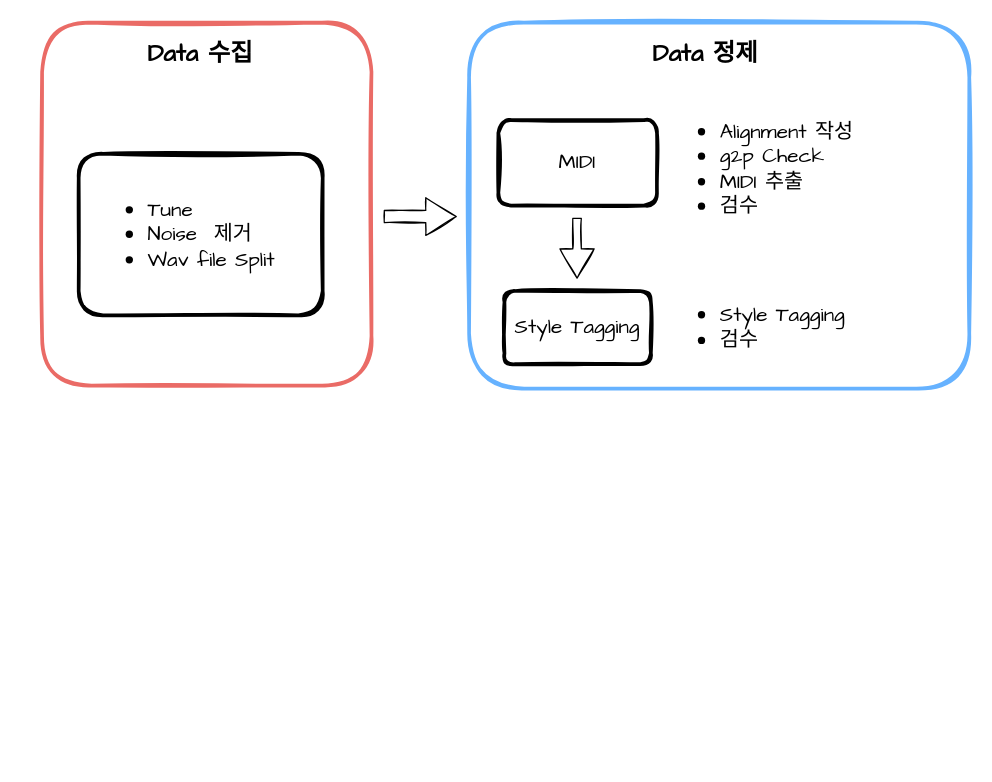
nyjinnn/images keeps this draw.io diagram as Untitled Diagram.drawio. Above is the earlier version. Source tidied: cells renumbered, new cells numbered last; positions are measured from the earlier drawing's top-left corner, leaving out a move shared by most shapes. Both pictures are drawn from the tidied source at 122%, with x=0, y=0 at pixel (41, 22).
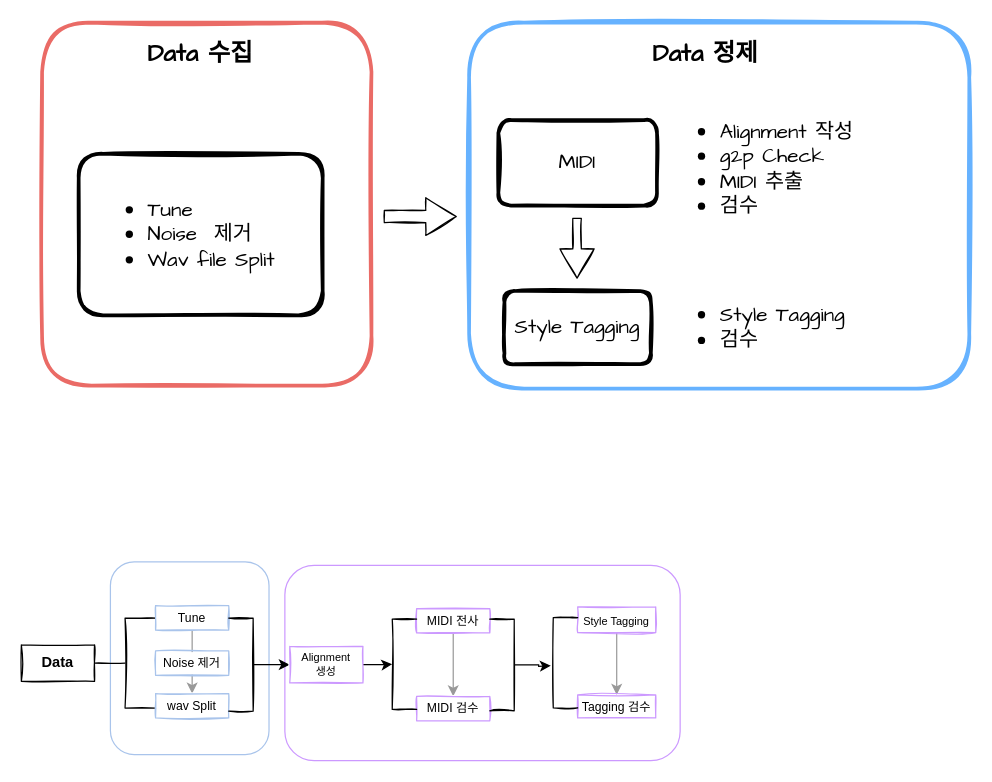
After the change.

What changed in the source:
```diff
@@
+    <mxCell id="14" style="rounded=1;whiteSpace=wrap;html=1;sketch=0;fontSize=9;strokeColor=#CC99FF;strokeWidth=1;fillColor=default;" parent="1" vertex="1">
+      <mxGeometry x="199" y="445" width="324" height="160" as="geometry" />
+    </mxCell>
+    <mxCell id="15" style="rounded=1;whiteSpace=wrap;html=1;sketch=0;fontSize=9;strokeColor=#A9C4EB;strokeWidth=1;fillColor=default;" parent="1" vertex="1">
+      <mxGeometry x="56" y="442" width="130" height="158" as="geometry" />
+    </mxCell>
@@
+    <mxCell id="16" value="Data" style="rounded=0;whiteSpace=wrap;html=1;sketch=1;fontStyle=1;" parent="1" vertex="1">
+      <mxGeometry x="-17" y="510" width="60" height="30" as="geometry" />
+    </mxCell>
+    <mxCell id="17" style="strokeWidth=1;html=1;shape=mxgraph.flowchart.annotation_2;align=left;labelPosition=right;sketch=1;" parent="1" vertex="1">
+      <mxGeometry x="43" y="488.1" width="50" height="73.8" as="geometry" />
+    </mxCell>
+    <mxCell id="18" style="edgeStyle=orthogonalEdgeStyle;rounded=0;jettySize=auto;html=1;fontSize=10;textOpacity=90;strokeColor=#999999;" parent="1" edge="1" source="19" target="21">
+      <mxGeometry relative="1" as="geometry" />
+    </mxCell>
+    <mxCell id="19" value="&lt;font style=&quot;font-size: 10px;&quot;&gt;Tune&lt;/font&gt;" style="rounded=0;whiteSpace=wrap;html=1;strokeColor=#A9C4EB;fillColor=default;fontSize=10;sketch=1;" parent="1" vertex="1">
+      <mxGeometry x="93" y="478" width="60" height="20" as="geometry" />
+    </mxCell>
+    <mxCell id="20" value="&lt;font style=&quot;font-size: 10px;&quot;&gt;Noise 제거&lt;/font&gt;" style="rounded=0;whiteSpace=wrap;html=1;strokeColor=#A9C4EB;fillColor=default;fontSize=10;sketch=1;" parent="1" vertex="1">
+      <mxGeometry x="93" y="515" width="60" height="20" as="geometry" />
+    </mxCell>
+    <mxCell id="21" value="&lt;span style=&quot;font-size: 10px;&quot;&gt;wav Split&lt;/span&gt;" style="rounded=0;whiteSpace=wrap;html=1;strokeColor=#A9C4EB;fillColor=default;fontSize=10;sketch=1;" parent="1" vertex="1">
+      <mxGeometry x="93" y="550" width="60" height="20" as="geometry" />
+    </mxCell>
+    <mxCell id="22" style="edgeStyle=orthogonalEdgeStyle;rounded=0;jettySize=auto;html=1;fontSize=10;" parent="1" edge="1" source="23" target="25">
+      <mxGeometry relative="1" as="geometry" />
+    </mxCell>
+    <mxCell id="23" style="strokeWidth=1;html=1;shape=mxgraph.flowchart.annotation_1;align=left;sketch=1;fontSize=10;fillColor=default;rotation=-180;" parent="1" vertex="1">
+      <mxGeometry x="153" y="488.1" width="20" height="76.3" as="geometry" />
+    </mxCell>
+    <mxCell id="24" style="edgeStyle=orthogonalEdgeStyle;rounded=0;jettySize=auto;html=1;fontSize=2;entryX=0;entryY=0.5;entryDx=0;entryDy=0;entryPerimeter=0;" parent="1" edge="1" source="25" target="29">
+      <mxGeometry relative="1" as="geometry" />
+    </mxCell>
+    <mxCell id="25" value="&lt;font style=&quot;font-size: 9px;&quot;&gt;Alignment&lt;br&gt;생성&lt;/font&gt;" style="rounded=0;whiteSpace=wrap;html=1;sketch=1;fontSize=6;strokeColor=#CC99FF;" parent="1" vertex="1">
+      <mxGeometry x="203" y="511.3" width="60" height="30" as="geometry" />
+    </mxCell>
+    <mxCell id="26" style="edgeStyle=orthogonalEdgeStyle;rounded=0;jettySize=auto;html=1;fontSize=9;textOpacity=90;strokeColor=#999999;" parent="1" edge="1" source="27" target="28">
+      <mxGeometry relative="1" as="geometry" />
+    </mxCell>
+    <mxCell id="27" value="MIDI 전사" style="rounded=0;whiteSpace=wrap;html=1;strokeColor=#CC99FF;fillColor=default;fontSize=10;sketch=1;" parent="1" vertex="1">
+      <mxGeometry x="307" y="480.3" width="60" height="20" as="geometry" />
+    </mxCell>
+    <mxCell id="28" value="MIDI 검수" style="rounded=0;whiteSpace=wrap;html=1;strokeColor=#CC99FF;fillColor=default;fontSize=10;sketch=1;" parent="1" vertex="1">
+      <mxGeometry x="307" y="552.3" width="60" height="20" as="geometry" />
+    </mxCell>
+    <mxCell id="29" style="strokeWidth=1;html=1;shape=mxgraph.flowchart.annotation_1;align=left;sketch=1;fontSize=2;fillColor=default;" parent="1" vertex="1">
+      <mxGeometry x="287" y="488.9" width="20" height="74.1" as="geometry" />
+    </mxCell>
+    <mxCell id="30" style="edgeStyle=orthogonalEdgeStyle;rounded=0;jettySize=auto;html=1;fontSize=10;" parent="1" edge="1" source="31">
+      <mxGeometry relative="1" as="geometry">
+        <mxPoint x="417" y="527.1" as="targetPoint" />
+      </mxGeometry>
+    </mxCell>
+    <mxCell id="31" style="strokeWidth=1;html=1;shape=mxgraph.flowchart.annotation_1;align=left;sketch=1;fontSize=10;fillColor=default;rotation=-180;" parent="1" vertex="1">
+      <mxGeometry x="367" y="488.9" width="20" height="75.2" as="geometry" />
+    </mxCell>
+    <mxCell id="32" style="edgeStyle=orthogonalEdgeStyle;rounded=0;jettySize=auto;html=1;fontSize=9;textOpacity=90;strokeColor=#999999;" parent="1" edge="1" source="33" target="34">
+      <mxGeometry relative="1" as="geometry" />
+    </mxCell>
+    <mxCell id="33" value="&lt;font style=&quot;font-size: 9px;&quot;&gt;Style Tagging&lt;/font&gt;" style="rounded=0;whiteSpace=wrap;html=1;strokeColor=#CC99FF;fillColor=default;fontSize=10;sketch=1;" parent="1" vertex="1">
+      <mxGeometry x="439" y="479" width="64" height="21" as="geometry" />
+    </mxCell>
+    <mxCell id="34" value="Tagging 검수" style="rounded=0;whiteSpace=wrap;html=1;strokeColor=#CC99FF;fillColor=default;fontSize=10;sketch=1;" parent="1" vertex="1">
+      <mxGeometry x="439" y="551" width="64" height="19" as="geometry" />
+    </mxCell>
+    <mxCell id="35" style="strokeWidth=1;html=1;shape=mxgraph.flowchart.annotation_1;align=left;sketch=1;fontSize=2;fillColor=default;" parent="1" vertex="1">
+      <mxGeometry x="419" y="487.7" width="20" height="74.1" as="geometry" />
+    </mxCell>
```
